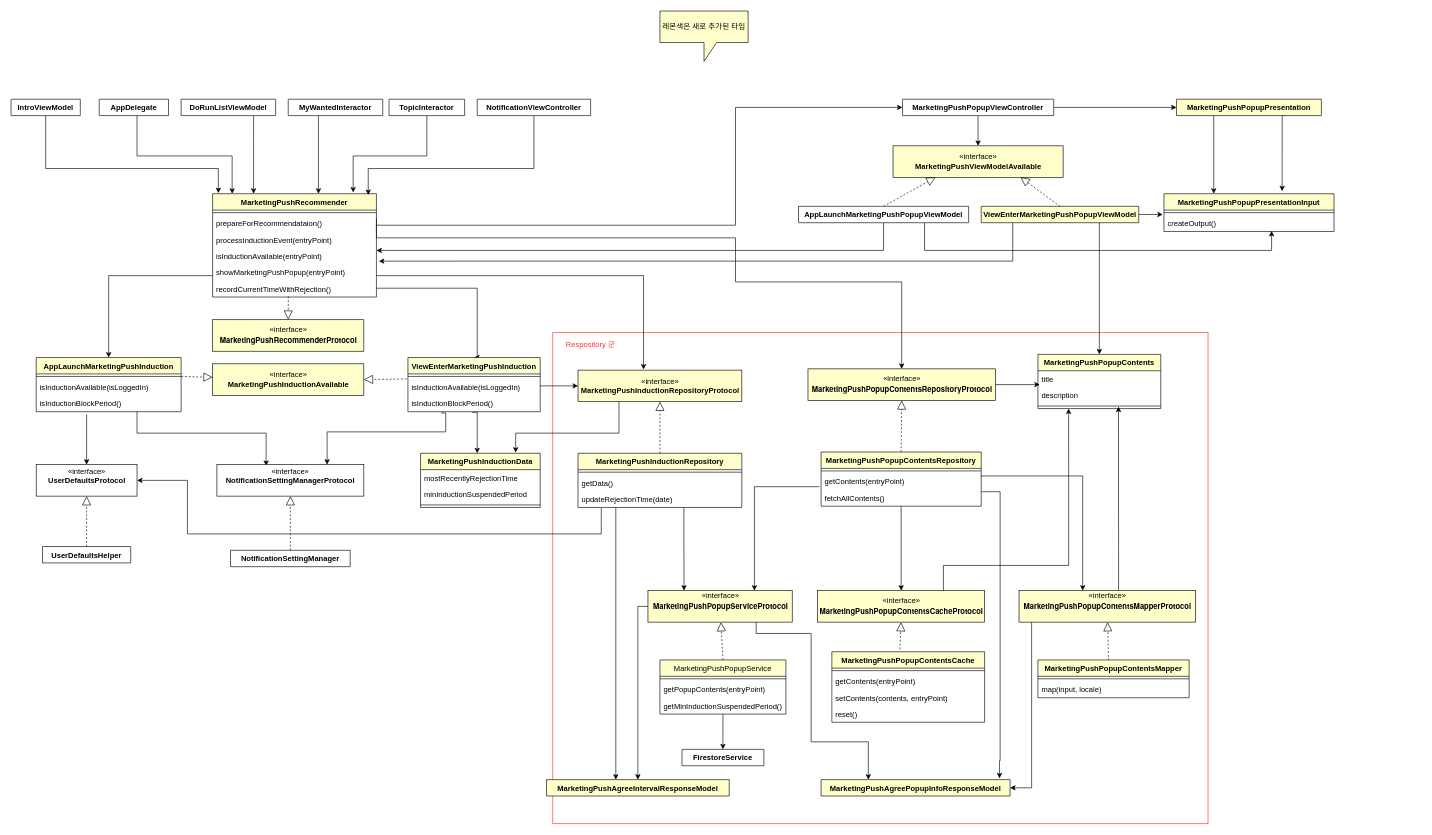
Above: marketingPushInduction.drawio in gookhee/diagrams (draw.io), before the change. Source tidied: cells renumbered, new cells numbered last; positions are measured from the earlier drawing's top-left corner, leaving out a move shared by most shapes. Both pictures are drawn from the tidied source at 63%, with x=0, y=0 at pixel (11, 11).
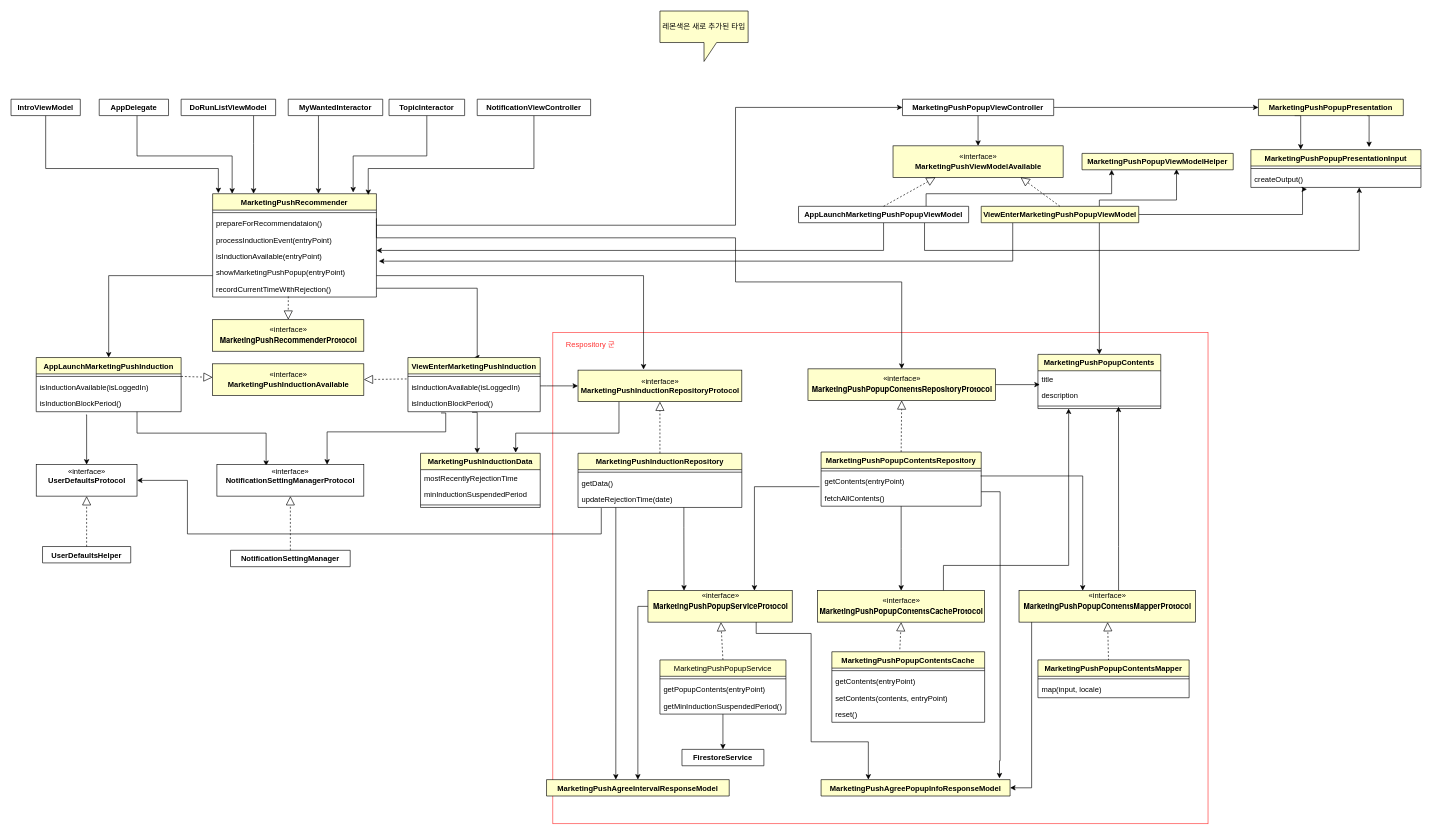
After the change.

The change refers to these unchanged cells:
```xml
<mxCell id="40" value="AppLaunchMarketingPushPopupViewModel&#10;" style="swimlane;fontStyle=1;align=center;verticalAlign=top;horizontal=1;startSize=26;" parent="1" vertex="1" collapsed="1">
  <mxGeometry x="1250" y="310" width="270" height="26" as="geometry" />
</mxCell>
<mxCell id="44" value="ViewEnterMarketingPushPopupViewModel&#10;" style="swimlane;fontStyle=1;align=center;verticalAlign=top;horizontal=1;startSize=26;fillColor=#FFFFCC;" parent="1" vertex="1" collapsed="1">
  <mxGeometry x="1540" y="310" width="250" height="26" as="geometry" />
</mxCell>
<mxCell id="74" value="createOutput()" style="text;strokeColor=none;fillColor=none;align=left;verticalAlign=top;spacingLeft=4;spacingRight=4;overflow=hidden;points=[[0,0.5],[1,0.5]];portConstraint=eastwest;" parent="72" vertex="1">
  <mxGeometry y="34" width="270" height="26" as="geometry" />
</mxCell>
```

What changed in the source:
```diff
@@
-    <mxCell id="38" style="edgeStyle=orthogonalEdgeStyle;rounded=0;jettySize=auto;html=1;entryX=0.633;entryY=0.962;entryDx=0;entryDy=0;entryPerimeter=0;" parent="1" edge="1" source="40" target="74">
+    <mxCell id="38" style="edgeStyle=orthogonalEdgeStyle;rounded=0;jettySize=auto;html=1;" parent="1" edge="1" source="40" target="74">
       <mxGeometry relative="1" as="geometry">
         <Array as="points">
           <mxPoint x="1450" y="380" />
-          <mxPoint x="2001" y="380" />
+          <mxPoint x="2140" y="380" />
         </Array>
       </mxGeometry>
     </mxCell>
@@
+    <mxCell id="128" style="edgeStyle=orthogonalEdgeStyle;rounded=0;jettySize=auto;html=1;exitX=0.75;exitY=0;exitDx=0;exitDy=0;entryX=0.196;entryY=1;entryDx=0;entryDy=0;entryPerimeter=0;" parent="1" edge="1" source="40" target="130">
+      <mxGeometry relative="1" as="geometry">
+        <Array as="points">
+          <mxPoint x="1453" y="290" />
+          <mxPoint x="1747" y="290" />
+        </Array>
+      </mxGeometry>
+    </mxCell>
@@
-    <mxCell id="42" style="edgeStyle=orthogonalEdgeStyle;rounded=0;jettySize=auto;html=1;entryX=-0.007;entryY=-0.038;entryDx=0;entryDy=0;entryPerimeter=0;" parent="1" edge="1" source="44" target="74">
+    <mxCell id="42" style="edgeStyle=orthogonalEdgeStyle;rounded=0;jettySize=auto;html=1;entryX=0.33;entryY=1.115;entryDx=0;entryDy=0;entryPerimeter=0;" parent="1" edge="1" source="44" target="74">
       <mxGeometry relative="1" as="geometry">
         <Array as="points">
-          <mxPoint x="1820" y="323" />
-          <mxPoint x="1820" y="323" />
+          <mxPoint x="2050" y="323" />
+          <mxPoint x="2050" y="283" />
         </Array>
       </mxGeometry>
     </mxCell>
@@
+    <mxCell id="129" style="edgeStyle=orthogonalEdgeStyle;rounded=0;jettySize=auto;html=1;exitX=0.75;exitY=0;exitDx=0;exitDy=0;entryX=0.625;entryY=0.962;entryDx=0;entryDy=0;entryPerimeter=0;" parent="1" edge="1" source="44" target="130">
+      <mxGeometry relative="1" as="geometry">
+        <Array as="points">
+          <mxPoint x="1728" y="300" />
+          <mxPoint x="1850" y="300" />
+        </Array>
+      </mxGeometry>
+    </mxCell>
@@
     <mxCell id="72" value="MarketingPushPopupPresentationInput" style="swimlane;fontStyle=1;align=center;verticalAlign=top;horizontal=1;startSize=26;fillColor=#FFFFCC;" parent="1" vertex="1">
-      <mxGeometry x="1830" y="290" width="270" height="60" as="geometry" />
+      <mxGeometry x="1968" y="220" width="270" height="60" as="geometry" />
     </mxCell>
@@
     <mxCell id="75" style="edgeStyle=orthogonalEdgeStyle;rounded=0;jettySize=auto;html=1;exitX=0.75;exitY=1;exitDx=0;exitDy=0;entryX=0.695;entryY=-0.067;entryDx=0;entryDy=0;entryPerimeter=0;" parent="1" edge="1" source="77" target="72">
       <mxGeometry relative="1" as="geometry">
         <Array as="points">
-          <mxPoint x="2018" y="166" />
+          <mxPoint x="2156" y="166" />
         </Array>
       </mxGeometry>
     </mxCell>
     <mxCell id="76" style="edgeStyle=orthogonalEdgeStyle;rounded=0;jettySize=auto;html=1;exitX=0.25;exitY=1;exitDx=0;exitDy=0;entryX=0.293;entryY=0;entryDx=0;entryDy=0;entryPerimeter=0;" parent="1" edge="1" source="77" target="72">
       <mxGeometry relative="1" as="geometry">
         <Array as="points">
-          <mxPoint x="1909" y="166" />
+          <mxPoint x="2047" y="166" />
         </Array>
       </mxGeometry>
     </mxCell>
     <mxCell id="77" value="MarketingPushPopupPresentation&#10;" style="swimlane;fontStyle=1;align=center;verticalAlign=top;horizontal=1;startSize=26;fillColor=#FFFFCC;" parent="1" vertex="1" collapsed="1">
-      <mxGeometry x="1850" y="140" width="230" height="26" as="geometry" />
+      <mxGeometry x="1980" y="140" width="230" height="26" as="geometry" />
     </mxCell>
@@
+    <mxCell id="130" value="MarketingPushPopupViewModelHelper" style="swimlane;fontStyle=1;align=center;verticalAlign=top;horizontal=1;startSize=26;fillColor=#FFFFCC;" parent="1" vertex="1" collapsed="1">
+      <mxGeometry x="1700" y="226" width="240" height="26" as="geometry" />
+    </mxCell>
```
